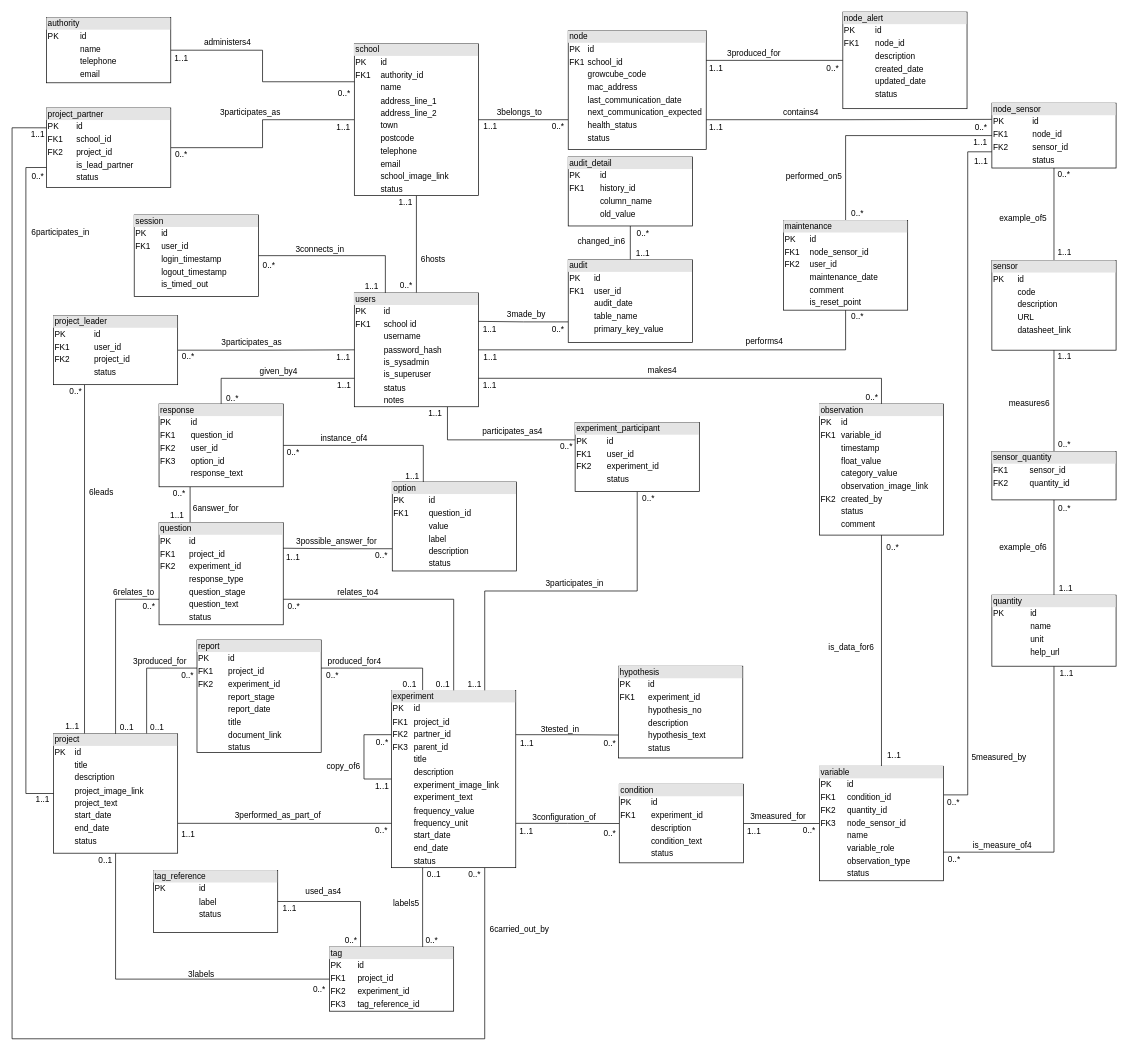
The draw.io diagram Documentation/ER diagram dandelion.drawio in Dandelion-dev-team/dandelion, before the edit. Source tidied: cells renumbered, new cells numbered last; positions are measured from the earlier drawing's top-left corner, leaving out a move shared by most shapes. Both pictures are drawn from the tidied source at 69%, with x=0, y=0 at pixel (12, 12).
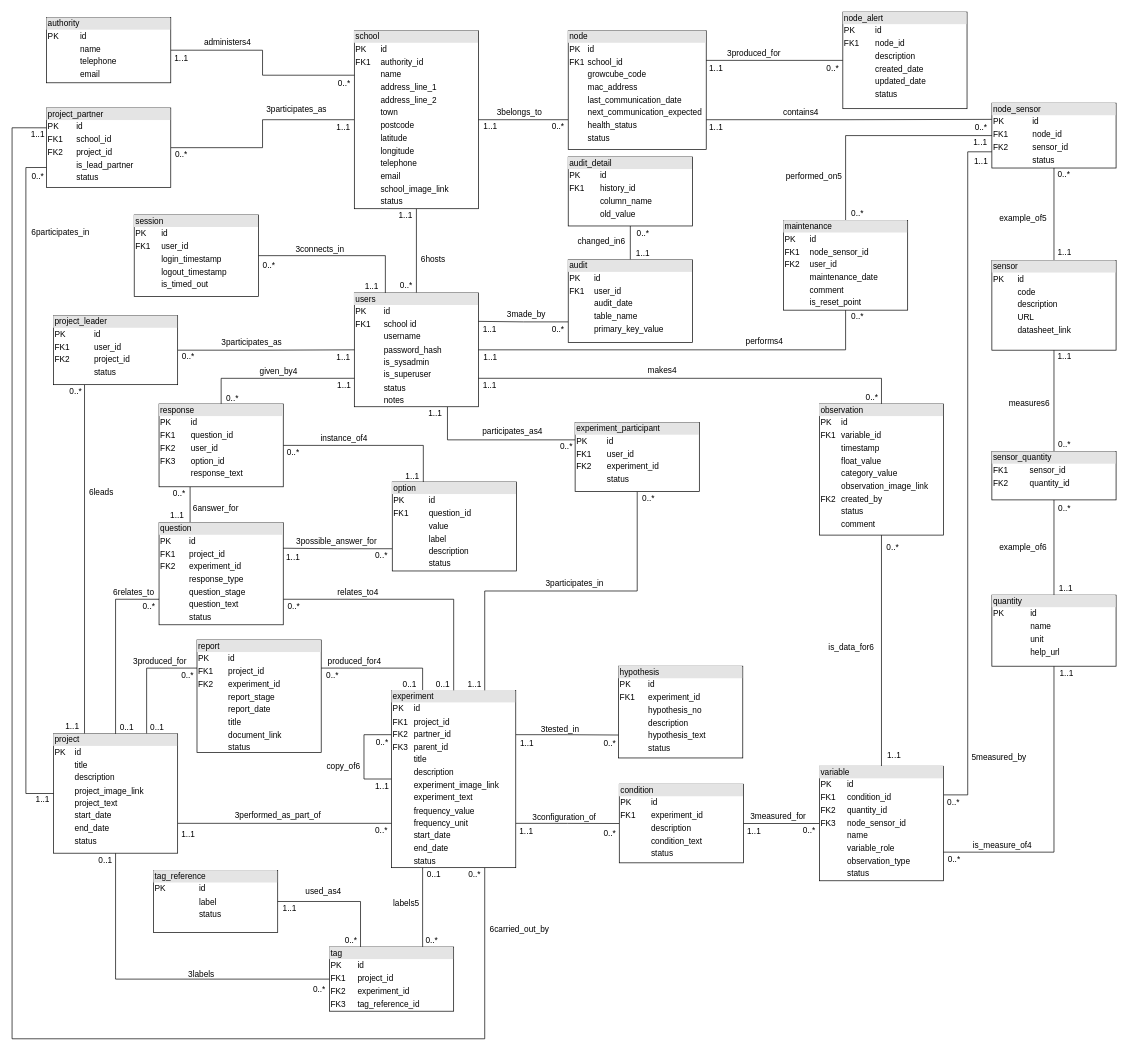
Above is the later version.

Commit message:
Update ER diagram  to add school location

What changed in the source:
```diff
@@
-    <mxCell id="4" value="&lt;div style=&quot;box-sizing: border-box ; width: 100% ; background: #e4e4e4 ; padding: 2px&quot;&gt;school&lt;/div&gt;&lt;table style=&quot;width: 100% ; font-size: 1em&quot; cellpadding=&quot;2&quot; cellspacing=&quot;0&quot;&gt;&lt;tbody&gt;&lt;tr&gt;&lt;td&gt;PK&lt;/td&gt;&lt;td&gt;id&lt;/td&gt;&lt;/tr&gt;&lt;tr&gt;&lt;td&gt;FK1&lt;/td&gt;&lt;td&gt;authority_id&lt;/td&gt;&lt;/tr&gt;&lt;tr&gt;&lt;td&gt;&lt;br&gt;&lt;/td&gt;&lt;td&gt;name&lt;/td&gt;&lt;/tr&gt;&lt;tr&gt;&lt;td&gt;&lt;/td&gt;&lt;td&gt;address_line_1&lt;/td&gt;&lt;/tr&gt;&lt;tr&gt;&lt;td&gt;&lt;br&gt;&lt;/td&gt;&lt;td&gt;address_line_2&lt;/td&gt;&lt;/tr&gt;&lt;tr&gt;&lt;td&gt;&lt;br&gt;&lt;/td&gt;&lt;td&gt;town&lt;/td&gt;&lt;/tr&gt;&lt;tr&gt;&lt;td&gt;&lt;br&gt;&lt;/td&gt;&lt;td&gt;postcode&lt;/td&gt;&lt;/tr&gt;&lt;tr&gt;&lt;td&gt;&lt;br&gt;&lt;/td&gt;&lt;td&gt;telephone&lt;/td&gt;&lt;/tr&gt;&lt;tr&gt;&lt;td&gt;&lt;br&gt;&lt;/td&gt;&lt;td&gt;email&lt;/td&gt;&lt;/tr&gt;&lt;tr&gt;&lt;td&gt;&lt;br&gt;&lt;/td&gt;&lt;td&gt;school_image_link&lt;/td&gt;&lt;/tr&gt;&lt;tr&gt;&lt;td&gt;&lt;br&gt;&lt;/td&gt;&lt;td&gt;status&lt;/td&gt;&lt;/tr&gt;&lt;/tbody&gt;&lt;/table&gt;" style="verticalAlign=top;align=left;overflow=fill;html=1;" parent="1" vertex="1">
-      <mxGeometry x="496" y="46" width="180" height="220" as="geometry" />
+    <mxCell id="4" value="&lt;div style=&quot;box-sizing: border-box ; width: 100% ; background: #e4e4e4 ; padding: 2px&quot;&gt;school&lt;/div&gt;&lt;table style=&quot;width: 100% ; font-size: 1em&quot; cellpadding=&quot;2&quot; cellspacing=&quot;0&quot;&gt;&lt;tbody&gt;&lt;tr&gt;&lt;td&gt;PK&lt;/td&gt;&lt;td&gt;id&lt;/td&gt;&lt;/tr&gt;&lt;tr&gt;&lt;td&gt;FK1&lt;/td&gt;&lt;td&gt;authority_id&lt;/td&gt;&lt;/tr&gt;&lt;tr&gt;&lt;td&gt;&lt;br&gt;&lt;/td&gt;&lt;td&gt;name&lt;/td&gt;&lt;/tr&gt;&lt;tr&gt;&lt;td&gt;&lt;/td&gt;&lt;td&gt;address_line_1&lt;/td&gt;&lt;/tr&gt;&lt;tr&gt;&lt;td&gt;&lt;br&gt;&lt;/td&gt;&lt;td&gt;address_line_2&lt;/td&gt;&lt;/tr&gt;&lt;tr&gt;&lt;td&gt;&lt;br&gt;&lt;/td&gt;&lt;td&gt;town&lt;/td&gt;&lt;/tr&gt;&lt;tr&gt;&lt;td&gt;&lt;br&gt;&lt;/td&gt;&lt;td&gt;postcode&lt;/td&gt;&lt;/tr&gt;&lt;tr&gt;&lt;td&gt;&lt;br&gt;&lt;/td&gt;&lt;td&gt;latitude&lt;/td&gt;&lt;/tr&gt;&lt;tr&gt;&lt;td&gt;&lt;br&gt;&lt;/td&gt;&lt;td&gt;longitude&lt;/td&gt;&lt;/tr&gt;&lt;tr&gt;&lt;td&gt;&lt;br&gt;&lt;/td&gt;&lt;td&gt;telephone&lt;/td&gt;&lt;/tr&gt;&lt;tr&gt;&lt;td&gt;&lt;br&gt;&lt;/td&gt;&lt;td&gt;email&lt;/td&gt;&lt;/tr&gt;&lt;tr&gt;&lt;td&gt;&lt;br&gt;&lt;/td&gt;&lt;td&gt;school_image_link&lt;/td&gt;&lt;/tr&gt;&lt;tr&gt;&lt;td&gt;&lt;br&gt;&lt;/td&gt;&lt;td&gt;status&lt;/td&gt;&lt;/tr&gt;&lt;/tbody&gt;&lt;/table&gt;" style="verticalAlign=top;align=left;overflow=fill;html=1;" parent="1" vertex="1">
+      <mxGeometry x="496" y="27" width="180" height="258" as="geometry" />
     </mxCell>
@@
     <mxCell id="87" value="&lt;font face=&quot;webdings&quot;&gt;3&lt;/font&gt;participates_as" style="text;html=1;align=center;verticalAlign=middle;strokeColor=none;fillColor=none;" parent="1" vertex="1">
-      <mxGeometry x="290" y="136" width="110" height="20" as="geometry" />
+      <mxGeometry x="357" y="132" width="110" height="20" as="geometry" />
     </mxCell>
@@
     <mxCell id="91" value="1..1" style="text;html=1;align=center;verticalAlign=middle;strokeColor=none;fillColor=none;" parent="1" vertex="1">
-      <mxGeometry x="550" y="266" width="40" height="20" as="geometry" />
+      <mxGeometry x="550" y="285" width="40" height="20" as="geometry" />
     </mxCell>
@@
     <mxCell id="124" value="0..*" style="text;html=1;align=center;verticalAlign=middle;strokeColor=none;fillColor=none;" parent="1" vertex="1">
-      <mxGeometry x="466" y="108" width="30" height="20" as="geometry" />
+      <mxGeometry x="466" y="94" width="30" height="20" as="geometry" />
     </mxCell>
```
